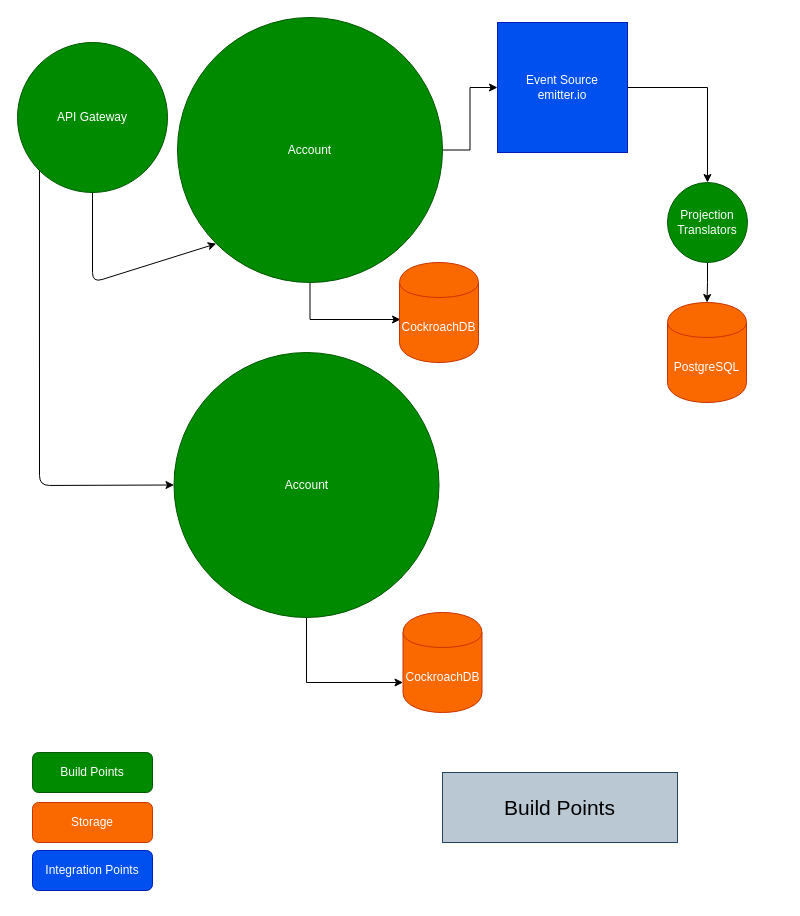
Above: Untitled Diagram.drawio in NarsilWorks-Inc/assorteddocs (draw.io), before the change. Source tidied: cells renumbered, new cells numbered last; positions are measured from the earlier drawing's top-left corner, leaving out a move shared by most shapes. Both pictures are drawn from the tidied source at 100%, with x=0, y=0 at pixel (17, 17).
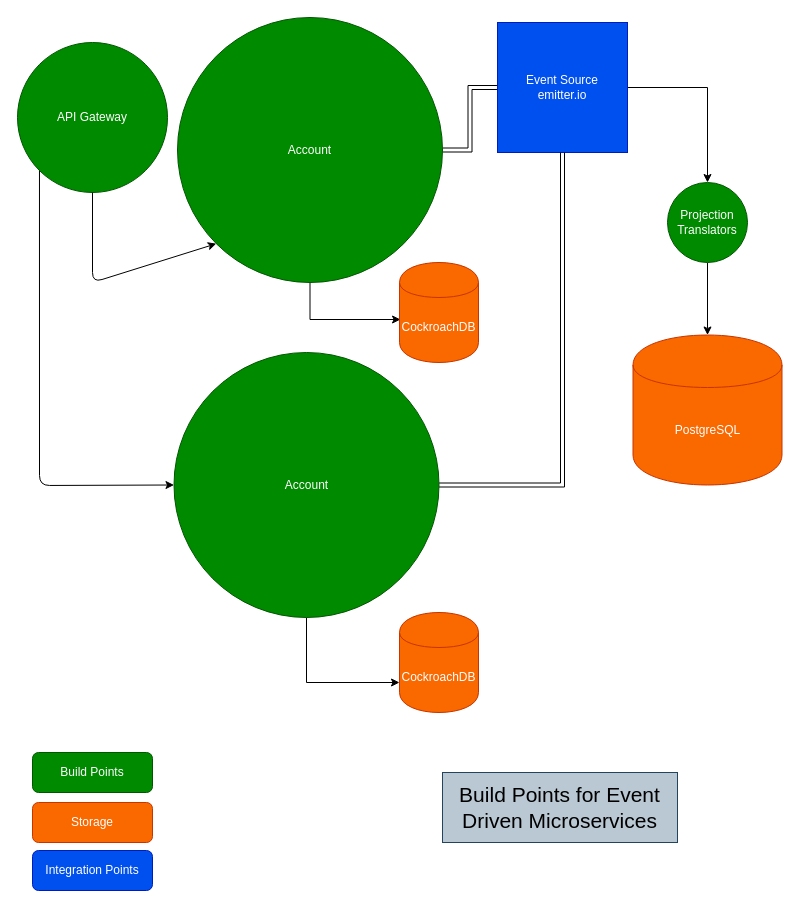
Above is the later version.

The change refers to these unchanged cells:
```xml
<mxCell id="4" value="Account" style="ellipse;whiteSpace=wrap;html=1;fillColor=#008a00;strokeColor=#005700;fontColor=#ffffff;" parent="1" vertex="1">
  <mxGeometry x="160" width="265" height="265" as="geometry" />
</mxCell>
<mxCell id="7" value="&lt;div&gt;Event Source&lt;/div&gt;&lt;div&gt;emitter.io&lt;br&gt;&lt;/div&gt;" style="whiteSpace=wrap;html=1;fillColor=#0050ef;strokeColor=#001DBC;fontColor=#ffffff;" parent="1" vertex="1">
  <mxGeometry x="480" y="5" width="130" height="130" as="geometry" />
</mxCell>
<mxCell id="14" value="Account" style="ellipse;whiteSpace=wrap;html=1;fillColor=#008a00;strokeColor=#005700;fontColor=#ffffff;" parent="1" vertex="1">
  <mxGeometry x="156.5" y="335" width="265" height="265" as="geometry" />
</mxCell>
```

What changed in the source:
```diff
@@
-    <mxCell id="3" style="edgeStyle=orthogonalEdgeStyle;rounded=0;jettySize=auto;html=1;" parent="1" edge="1" source="4" target="7">
+    <mxCell id="3" style="edgeStyle=orthogonalEdgeStyle;rounded=0;jettySize=auto;html=1;shape=link;" parent="1" edge="1" source="4" target="7">
       <mxGeometry relative="1" as="geometry" />
     </mxCell>
@@
     <mxCell id="9" value="PostgreSQL" style="shape=cylinder;whiteSpace=wrap;html=1;boundedLbl=1;backgroundOutline=1;fillColor=#fa6800;strokeColor=#C73500;fontColor=#ffffff;" parent="1" vertex="1">
-      <mxGeometry x="650" y="285" width="79" height="100" as="geometry" />
+      <mxGeometry x="615.5" y="317.5" width="149" height="150" as="geometry" />
     </mxCell>
@@
+    <mxCell id="22" style="edgeStyle=orthogonalEdgeStyle;rounded=0;jettySize=auto;html=1;entryX=0.5;entryY=1;entryDx=0;entryDy=0;fontFamily=Helvetica;fontSize=21;startArrow=classicThin;startFill=1;shape=link;" parent="1" edge="1" source="14" target="7">
+      <mxGeometry relative="1" as="geometry" />
+    </mxCell>
@@
     <mxCell id="15" value="CockroachDB" style="shape=cylinder;whiteSpace=wrap;html=1;boundedLbl=1;backgroundOutline=1;fillColor=#fa6800;strokeColor=#C73500;fontColor=#ffffff;" parent="1" vertex="1">
-      <mxGeometry x="385.5" y="595" width="79" height="100" as="geometry" />
+      <mxGeometry x="382" y="595" width="79" height="100" as="geometry" />
     </mxCell>
@@
-    <mxCell id="21" value="Build Points" style="text;html=1;strokeColor=#23445d;fillColor=#bac8d3;align=center;verticalAlign=middle;whiteSpace=wrap;rounded=0;fontFamily=Helvetica;fontSize=21;" parent="1" vertex="1">
+    <mxCell id="21" value="Build Points for Event Driven Microservices" style="text;html=1;strokeColor=#23445d;fillColor=#bac8d3;align=center;verticalAlign=middle;whiteSpace=wrap;rounded=0;fontFamily=Helvetica;fontSize=21;" parent="1" vertex="1">
       <mxGeometry x="425" y="755" width="235" height="70" as="geometry" />
     </mxCell>
```
